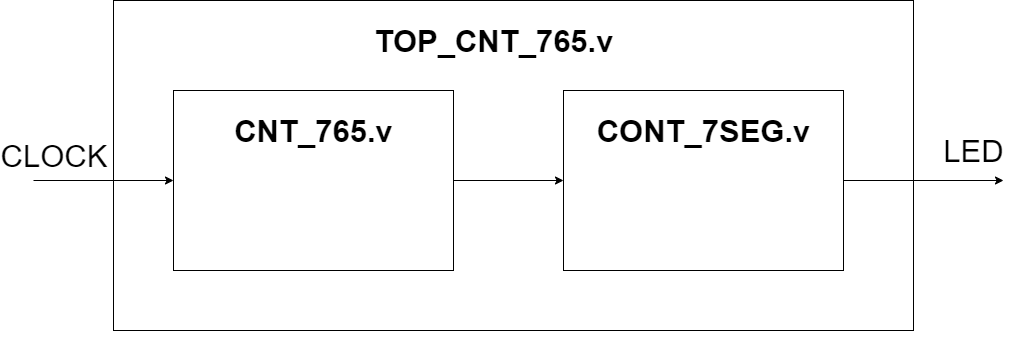
This is imasbook04/articles/images/hev6/block.png from imas/imasbook, a draw.io export, as it was before one commit. Source tidied: cells renumbered, new cells last; positions are measured from the earlier drawing's top-left corner, leaving out a move shared by most shapes. Source of this version:
```xml
<mxGraphModel>
  <root>
    <mxCell id="0" />
    <mxCell id="1" parent="0" />
    <mxCell id="2" style="rounded=0;whiteSpace=wrap;html=1;" parent="1" vertex="1">
      <mxGeometry x="80" width="800" height="330" as="geometry" />
    </mxCell>
    <mxCell id="3" style="rounded=0;whiteSpace=wrap;html=1;" parent="1" vertex="1">
      <mxGeometry x="140" y="90" width="280" height="180" as="geometry" />
    </mxCell>
    <mxCell id="4" style="rounded=0;whiteSpace=wrap;html=1;" parent="1" vertex="1">
      <mxGeometry x="530" y="90" width="280" height="180" as="geometry" />
    </mxCell>
    <mxCell id="5" value="TOP_CNT_765.v" style="text;html=1;strokeColor=none;fillColor=none;align=center;verticalAlign=middle;whiteSpace=wrap;rounded=0;fontSize=31;fontStyle=1;" parent="1" vertex="1">
      <mxGeometry x="440" y="30" width="40" height="20" as="geometry" />
    </mxCell>
    <mxCell id="6" value="CNT_765.v" style="text;html=1;strokeColor=none;fillColor=none;align=center;verticalAlign=middle;whiteSpace=wrap;rounded=0;fontSize=31;fontStyle=1;" parent="1" vertex="1">
      <mxGeometry x="260" y="120" width="40" height="20" as="geometry" />
    </mxCell>
    <mxCell id="7" value="CONT_7SEG.v" style="text;html=1;strokeColor=none;fillColor=none;align=center;verticalAlign=middle;whiteSpace=wrap;rounded=0;fontSize=31;fontStyle=1;" parent="1" vertex="1">
      <mxGeometry x="650" y="120" width="40" height="20" as="geometry" />
    </mxCell>
    <mxCell id="8" style="endArrow=classic;html=1;fontSize=31;entryX=0;entryY=0.5;entryDx=0;entryDy=0;" parent="1" edge="1" target="3">
      <mxGeometry relative="1" as="geometry">
        <mxPoint y="180" as="sourcePoint" />
      </mxGeometry>
    </mxCell>
    <mxCell id="9" style="edgeStyle=orthogonalEdgeStyle;rounded=0;orthogonalLoop=1;jettySize=auto;html=1;exitX=0.5;exitY=1;exitDx=0;exitDy=0;fontSize=31;" parent="1" edge="1" source="2" target="2">
      <mxGeometry relative="1" as="geometry" />
    </mxCell>
    <mxCell id="10" style="endArrow=classic;html=1;fontSize=31;entryX=0;entryY=0.5;entryDx=0;entryDy=0;exitX=1;exitY=0.5;exitDx=0;exitDy=0;" parent="1" edge="1" source="3" target="4">
      <mxGeometry relative="1" as="geometry" />
    </mxCell>
    <mxCell id="11" style="endArrow=classic;html=1;fontSize=31;exitX=1;exitY=0.5;exitDx=0;exitDy=0;" parent="1" edge="1" source="4">
      <mxGeometry relative="1" as="geometry">
        <mxPoint x="970" y="180" as="targetPoint" />
      </mxGeometry>
    </mxCell>
    <mxCell id="12" value="CLOCK" style="text;html=1;strokeColor=none;fillColor=none;align=center;verticalAlign=middle;whiteSpace=wrap;rounded=0;fontSize=31;" parent="1" vertex="1">
      <mxGeometry y="145" width="40" height="20" as="geometry" />
    </mxCell>
    <mxCell id="13" value="LED" style="text;html=1;strokeColor=none;fillColor=none;align=center;verticalAlign=middle;whiteSpace=wrap;rounded=0;fontSize=31;" parent="1" vertex="1">
      <mxGeometry x="920" y="140" width="40" height="20" as="geometry" />
    </mxCell>
  </root>
</mxGraphModel>
```
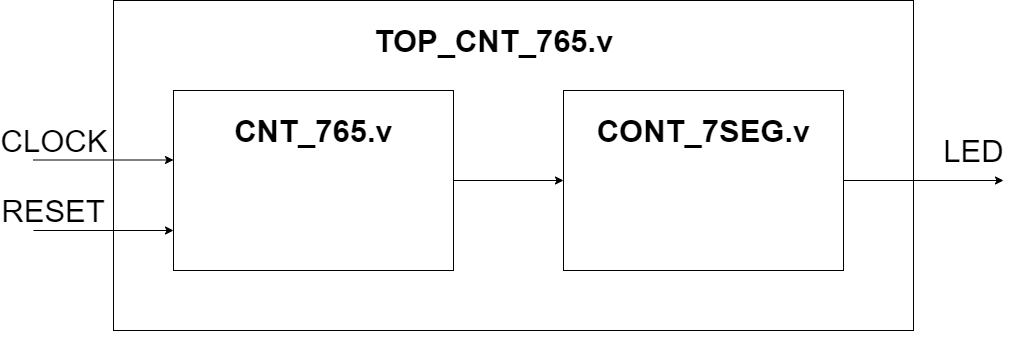
The same file after the commit.

The edit, as a diff of the source:
```diff
@@ -20,11 +20,6 @@
     <mxCell id="7" value="CONT_7SEG.v" style="text;html=1;strokeColor=none;fillColor=none;align=center;verticalAlign=middle;whiteSpace=wrap;rounded=0;fontSize=31;fontStyle=1;" parent="1" vertex="1">
       <mxGeometry x="650" y="120" width="40" height="20" as="geometry" />
     </mxCell>
-    <mxCell id="8" style="endArrow=classic;html=1;fontSize=31;entryX=0;entryY=0.5;entryDx=0;entryDy=0;" parent="1" edge="1" target="3">
-      <mxGeometry relative="1" as="geometry">
-        <mxPoint y="180" as="sourcePoint" />
-      </mxGeometry>
-    </mxCell>
     <mxCell id="9" style="edgeStyle=orthogonalEdgeStyle;rounded=0;orthogonalLoop=1;jettySize=auto;html=1;exitX=0.5;exitY=1;exitDx=0;exitDy=0;fontSize=31;" parent="1" edge="1" source="2" target="2">
       <mxGeometry relative="1" as="geometry" />
     </mxCell>
@@ -37,10 +32,25 @@
       </mxGeometry>
     </mxCell>
     <mxCell id="12" value="CLOCK" style="text;html=1;strokeColor=none;fillColor=none;align=center;verticalAlign=middle;whiteSpace=wrap;rounded=0;fontSize=31;" parent="1" vertex="1">
-      <mxGeometry y="145" width="40" height="20" as="geometry" />
+      <mxGeometry y="130" width="40" height="20" as="geometry" />
     </mxCell>
     <mxCell id="13" value="LED" style="text;html=1;strokeColor=none;fillColor=none;align=center;verticalAlign=middle;whiteSpace=wrap;rounded=0;fontSize=31;" parent="1" vertex="1">
       <mxGeometry x="920" y="140" width="40" height="20" as="geometry" />
     </mxCell>
+    <mxCell id="14" value="RESET" style="text;html=1;strokeColor=none;fillColor=none;align=center;verticalAlign=middle;whiteSpace=wrap;rounded=0;fontSize=31;" parent="1" vertex="1">
+      <mxGeometry y="200" width="40" height="20" as="geometry" />
+    </mxCell>
+    <mxCell id="15" style="endArrow=classic;html=1;fontSize=31;entryX=0;entryY=0.5;entryDx=0;entryDy=0;" parent="1" edge="1">
+      <mxGeometry relative="1" as="geometry">
+        <mxPoint y="230" as="sourcePoint" />
+        <mxPoint x="140" y="230" as="targetPoint" />
+      </mxGeometry>
+    </mxCell>
+    <mxCell id="16" style="endArrow=classic;html=1;fontSize=31;entryX=0;entryY=0.5;entryDx=0;entryDy=0;" parent="1" edge="1">
+      <mxGeometry relative="1" as="geometry">
+        <mxPoint y="159.5" as="sourcePoint" />
+        <mxPoint x="140" y="159.5" as="targetPoint" />
+      </mxGeometry>
+    </mxCell>
   </root>
 </mxGraphModel>
```
